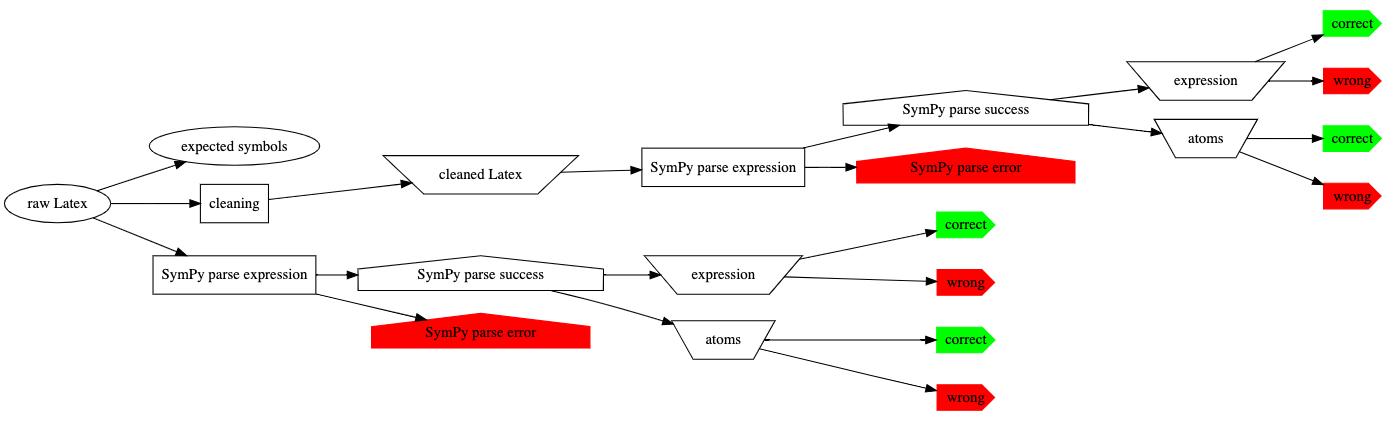
allofphysicsgraph/latex-example-expressions keeps this Graphviz diagram as decision_tree.png. Above is the earlier version. Its source is kept beside it as decision_tree.dot.
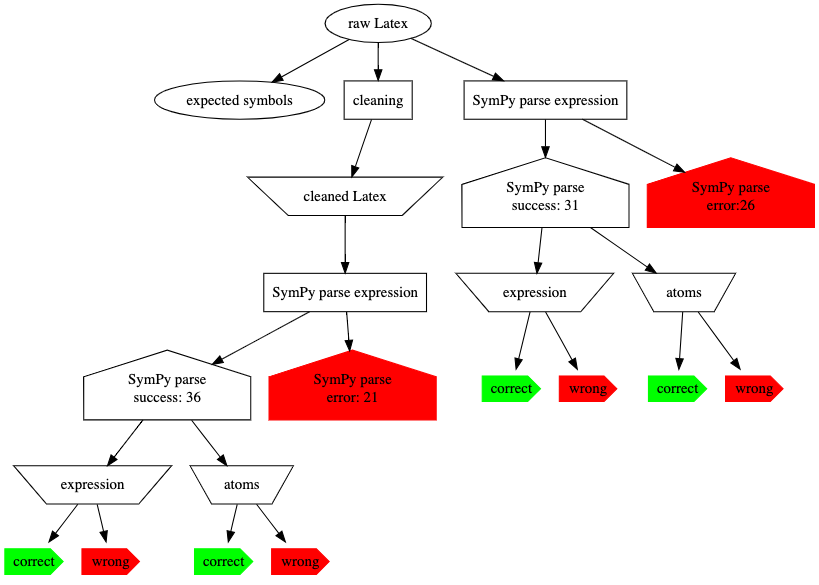
The same diagram one commit later.

Change to the diagram source:
```diff
@@ -1,5 +1,4 @@
 digraph G {
-    rankdir="LR";
 
   "raw Latex" [shape="oval"]; // manual
   "expected symbols" [shape="oval"]; // manual
@@ -22,14 +21,14 @@
 
   "cleaned Latex" ->  sympy_parse_clean;
 
-  sympy_raw_success [shape="house", label="SymPy parse success"];
-  sympy_raw_error [shape="house" style=filled color=red, label="SymPy parse error"];
+  sympy_raw_success [shape="house", label="SymPy parse\nsuccess: 31"];
+  sympy_raw_error [shape="house" style=filled color=red, label="SymPy parse\nerror:26 "];
 
   sympy_parse_raw -> sympy_raw_success;
   sympy_parse_raw -> sympy_raw_error;
 
-  sympy_clean_success [shape="house", label="SymPy parse success"];
-  sympy_clean_error [shape="house" style=filled color=red, label="SymPy parse error"];
+  sympy_clean_success [shape="house", label="SymPy parse\nsuccess: 36"];
+  sympy_clean_error [shape="house" style=filled color=red, label="SymPy parse\nerror: 21"];
 
   sympy_parse_clean -> sympy_clean_success;
   sympy_parse_clean -> sympy_clean_error;
@@ -70,5 +69,4 @@
   raw_sympy_atoms -> sympy_raw_atoms_correct;
   raw_sympy_atoms -> sympy_raw_atoms_wrong;
 
-
 }
```
